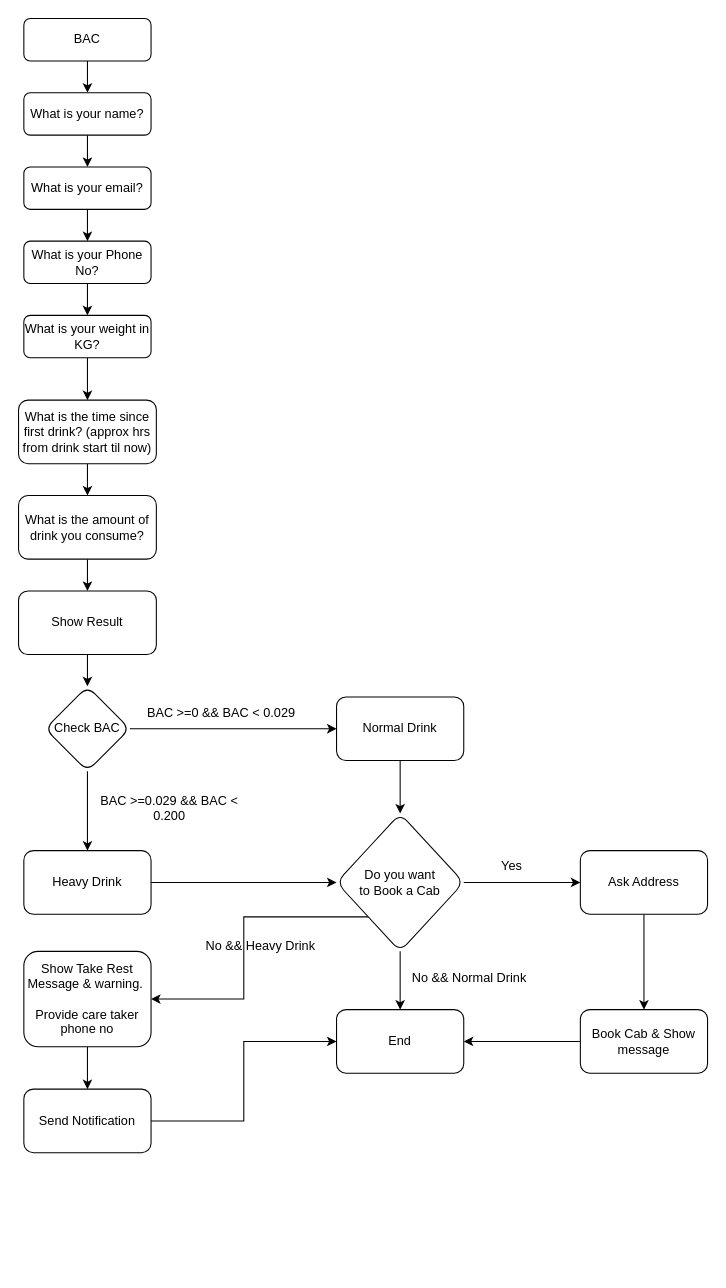
jigneshadesara90/tdm-diagram keeps this draw.io diagram as DUI.drawio. Above is the earlier version. Source tidied: cells renumbered, new cells numbered last; positions are measured from the earlier drawing's top-left corner, leaving out a move shared by most shapes. Both pictures are drawn from the tidied source at 106%, with x=0, y=0 at pixel (18, 18).
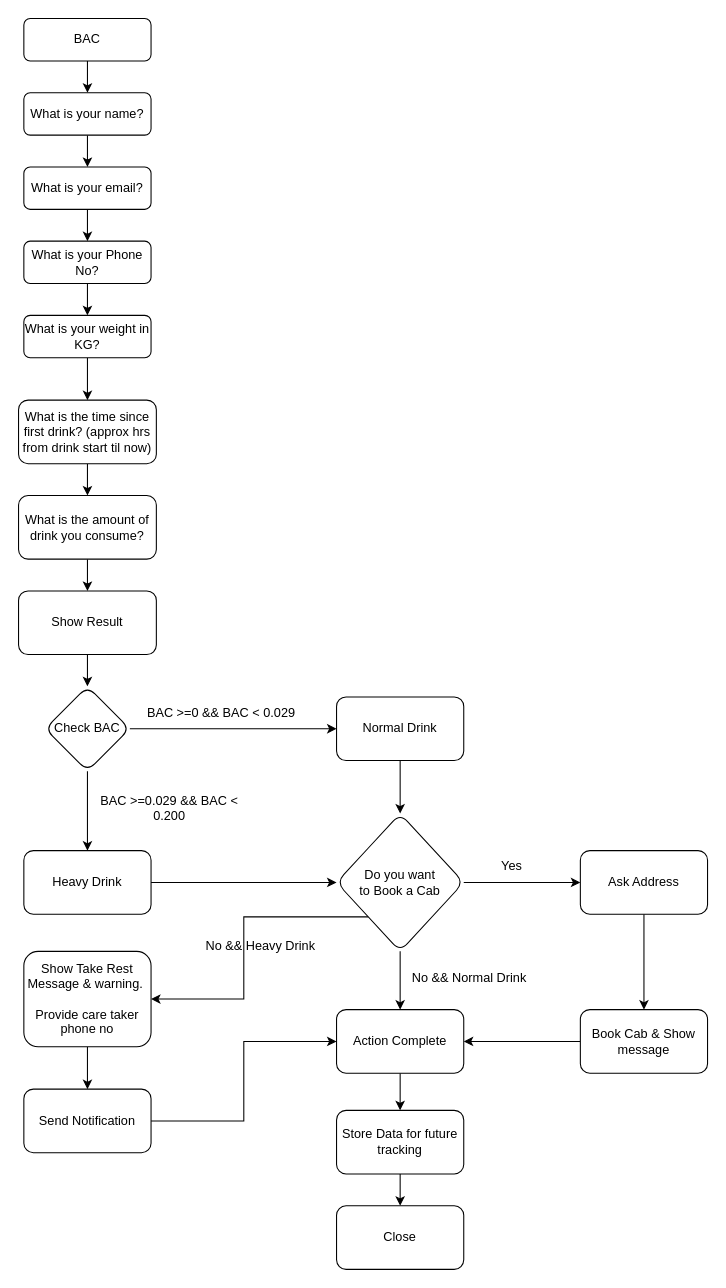
After the change.

What changed in the source:
```diff
@@
+    <mxCell id="43" style="edgeStyle=orthogonalEdgeStyle;rounded=0;jettySize=auto;html=1;" parent="1" edge="1" source="31" target="45">
+      <mxGeometry relative="1" as="geometry" />
+    </mxCell>
-    <mxCell id="31" value="End" style="whiteSpace=wrap;html=1;rounded=1;glass=0;strokeWidth=1;shadow=0;" parent="1" vertex="1">
+    <mxCell id="31" value="Action Complete" style="whiteSpace=wrap;html=1;rounded=1;glass=0;strokeWidth=1;shadow=0;" parent="1" vertex="1">
       <mxGeometry x="300" y="935" width="120" height="60" as="geometry" />
     </mxCell>
@@
+    <mxCell id="44" style="edgeStyle=orthogonalEdgeStyle;rounded=0;jettySize=auto;html=1;" parent="1" edge="1" source="45" target="46">
+      <mxGeometry relative="1" as="geometry" />
+    </mxCell>
+    <mxCell id="45" value="Store Data for future tracking" style="whiteSpace=wrap;html=1;rounded=1;glass=0;strokeWidth=1;shadow=0;" parent="1" vertex="1">
+      <mxGeometry x="300" y="1030" width="120" height="60" as="geometry" />
+    </mxCell>
+    <mxCell id="46" value="Close" style="whiteSpace=wrap;html=1;rounded=1;glass=0;strokeWidth=1;shadow=0;" parent="1" vertex="1">
+      <mxGeometry x="300" y="1120" width="120" height="60" as="geometry" />
+    </mxCell>
```
